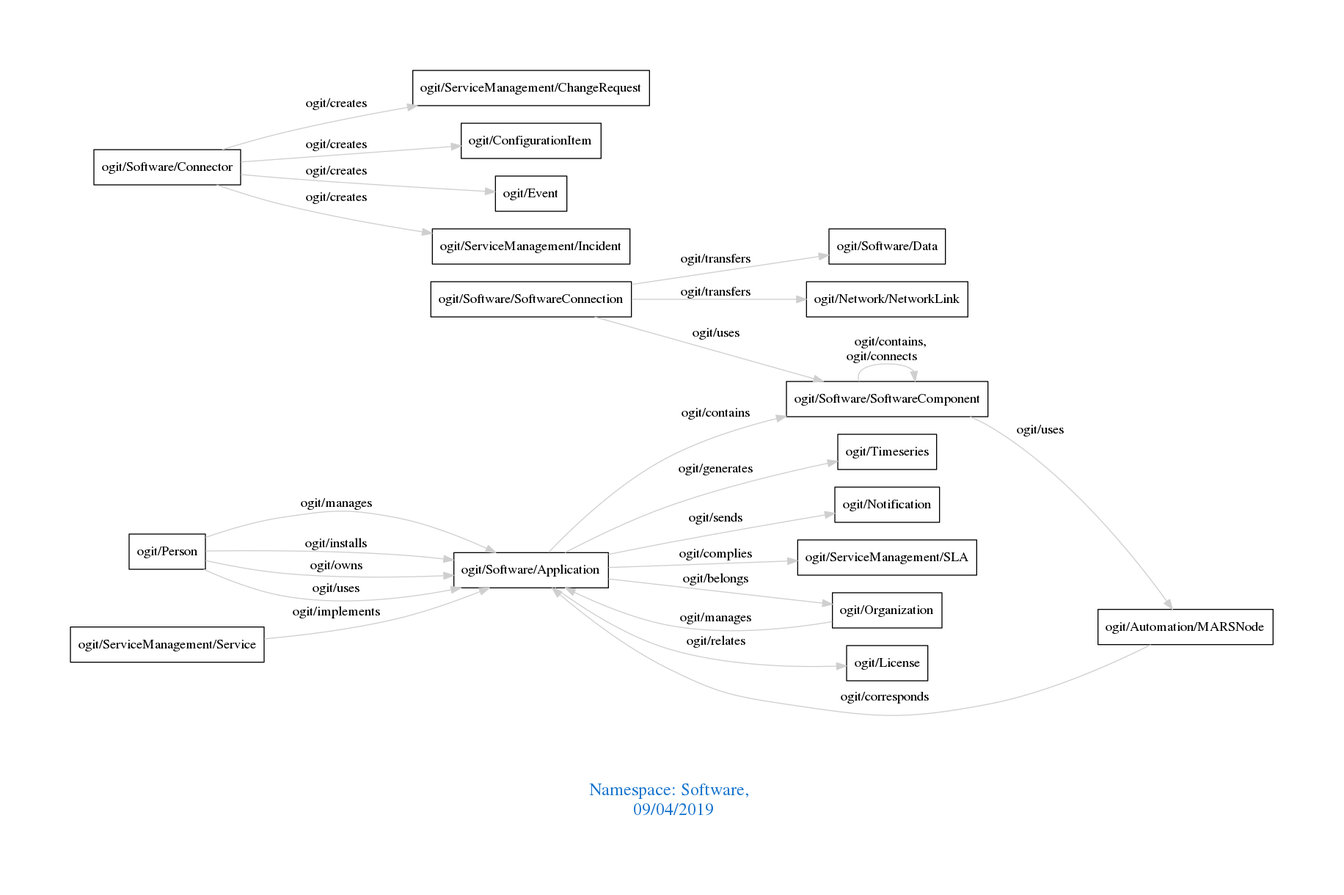
Before: downloads/Software.png, a diagram exported from Graphviz (arago/OGIT). Its source is kept beside it as downloads/Software.dot.
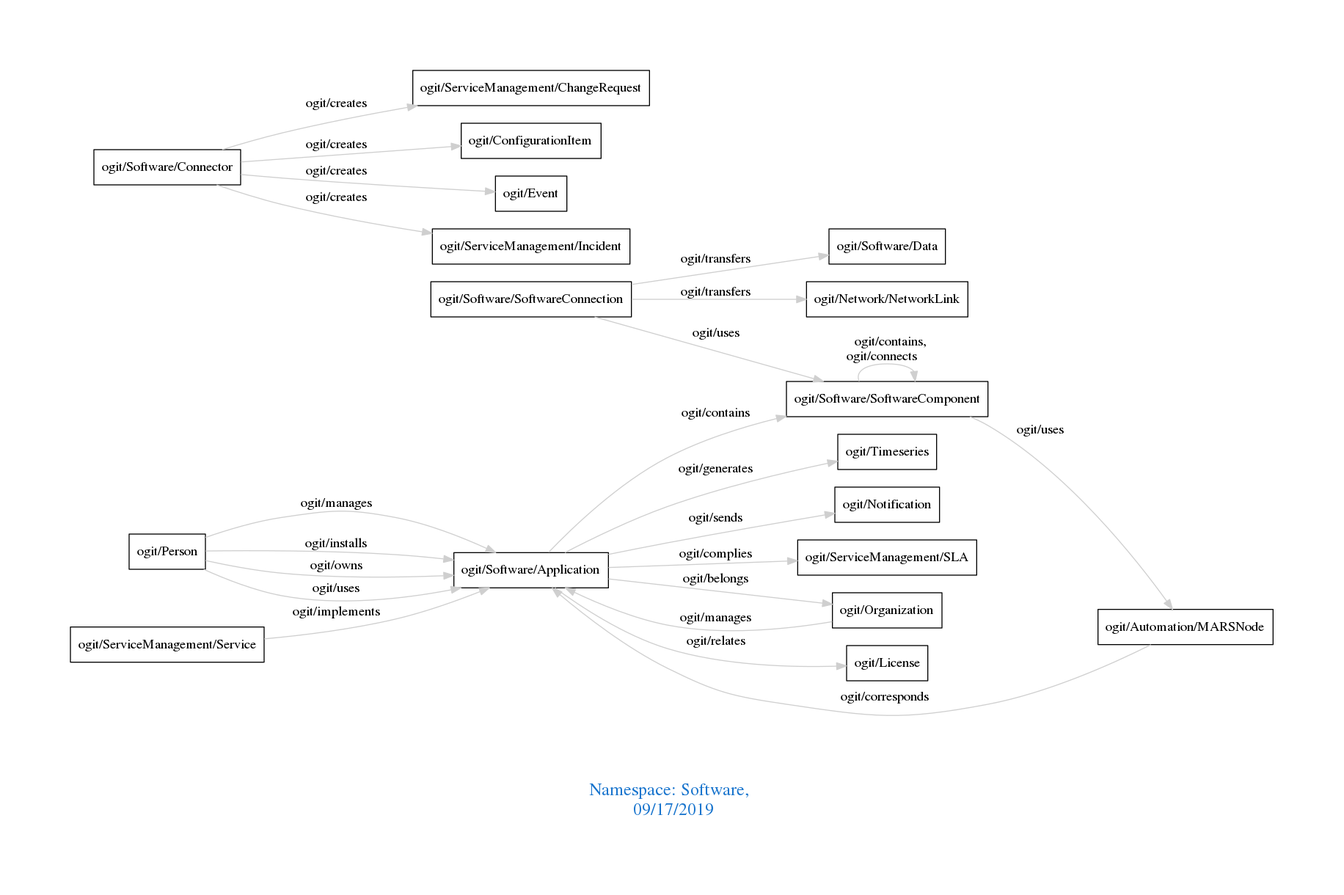
After the change.

Change to the diagram source:
```diff
@@ -1,7 +1,7 @@
 digraph OGIT_ontology {
  graph [ rankdir= LR,pad=1
 fontsize = 18,
-fontcolor= dodgerblue3,label = "\n\n\nNamespace: Software, \n 09/04/2019"];
+fontcolor= dodgerblue3,label = "\n\n\nNamespace: Software, \n 09/17/2019"];
 node[shape=polygon];
 edge [  color="gray81"];
 
```
